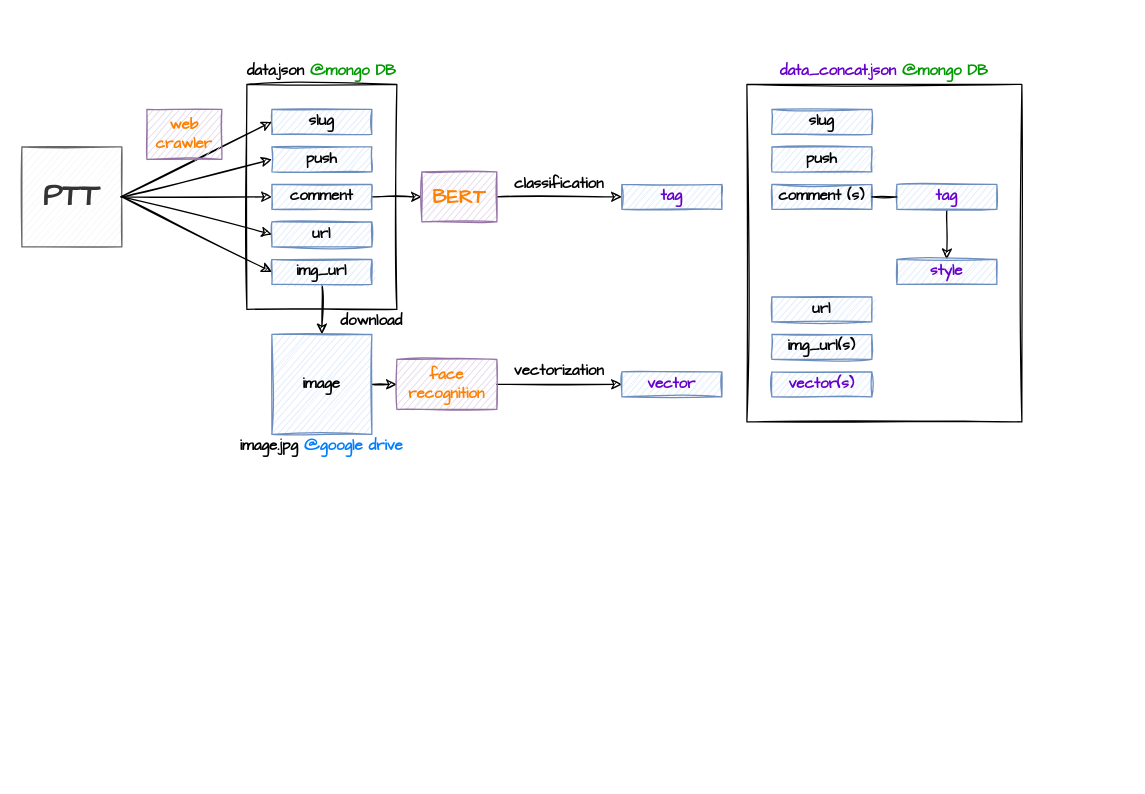
Above: page "Dataflow" (1 of 3) of Dataflow.drawio in headisnotsmall/draw.io (draw.io), before the change. Source tidied: cells renumbered, new cells numbered last; positions are measured from the earlier drawing's top-left corner, leaving out a move shared by most shapes. Both pictures are drawn from the tidied source at 125%, with x=0, y=0 at pixel (21, 59).
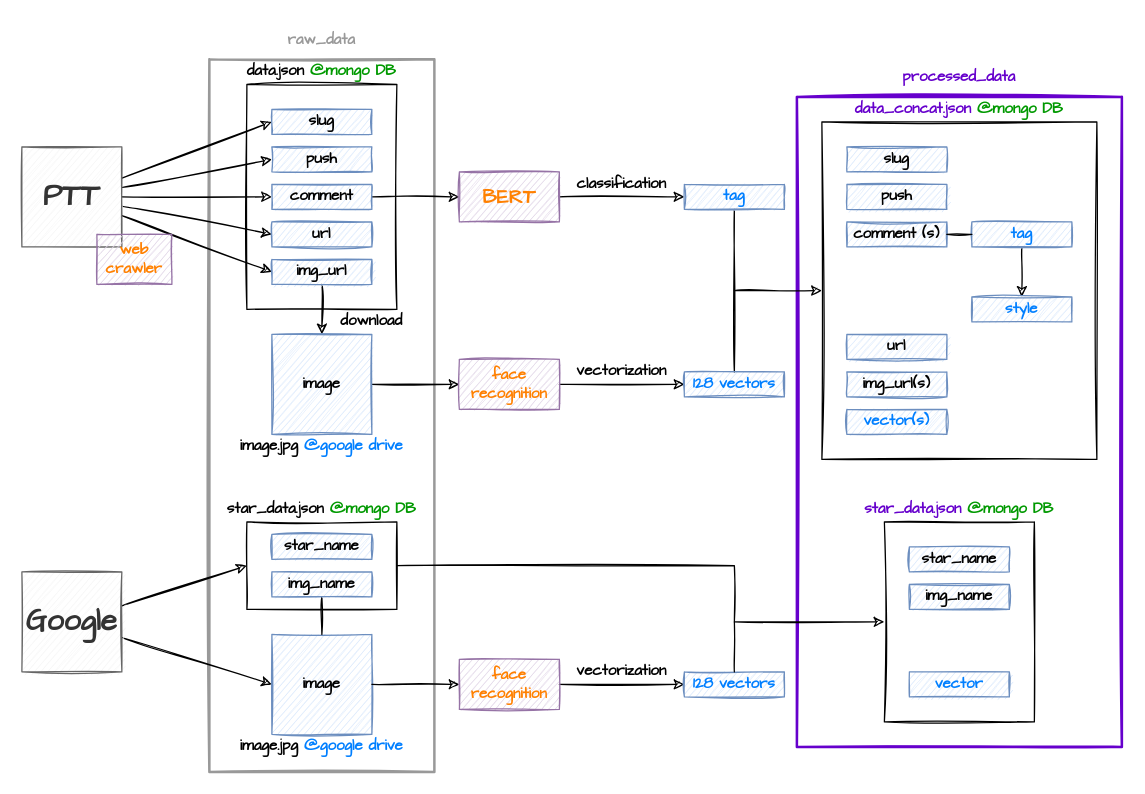
The same page after the edit.

The change refers to these unchanged cells:
```xml
<mxCell id="4" value="&lt;div style=&quot;font-size: 24px;&quot;&gt;PTT&lt;/div&gt;" style="rounded=0;whiteSpace=wrap;html=1;fontFamily=Comic Sans MS;sketch=1;fontStyle=1;fillColor=#f5f5f5;strokeColor=#666666;fontColor=#333333;fontSize=24;" parent="1" vertex="1">
  <mxGeometry y="70" width="80" height="80" as="geometry" />
</mxCell>
<mxCell id="5" value="&lt;div&gt;slug&lt;/div&gt;" style="rounded=0;whiteSpace=wrap;html=1;fontFamily=Comic Sans MS;sketch=1;fontStyle=1;fillColor=#dae8fc;strokeColor=#6c8ebf;" parent="1" vertex="1">
  <mxGeometry x="200" y="40" width="80" height="20" as="geometry" />
</mxCell>
<mxCell id="6" value="push" style="rounded=0;whiteSpace=wrap;html=1;fontFamily=Comic Sans MS;sketch=1;fontStyle=1;fillColor=#dae8fc;strokeColor=#6c8ebf;" parent="1" vertex="1">
  <mxGeometry x="200" y="70" width="80" height="20" as="geometry" />
</mxCell>
<mxCell id="8" value="comment" style="rounded=0;whiteSpace=wrap;html=1;fontFamily=Comic Sans MS;sketch=1;fontStyle=1;fillColor=#dae8fc;strokeColor=#6c8ebf;" parent="1" vertex="1">
  <mxGeometry x="200" y="100" width="80" height="20" as="geometry" />
</mxCell>
<mxCell id="9" value="url" style="rounded=0;whiteSpace=wrap;html=1;fontFamily=Comic Sans MS;sketch=1;fontStyle=1;fillColor=#dae8fc;strokeColor=#6c8ebf;" parent="1" vertex="1">
  <mxGeometry x="200" y="130" width="80" height="20" as="geometry" />
</mxCell>
<mxCell id="11" value="&lt;div&gt;img_url&lt;/div&gt;" style="rounded=0;whiteSpace=wrap;html=1;fontFamily=Comic Sans MS;sketch=1;fontStyle=1;fillColor=#dae8fc;strokeColor=#6c8ebf;" parent="1" vertex="1">
  <mxGeometry x="200" y="160" width="80" height="20" as="geometry" />
</mxCell>
```

The edit, as a diff of the source:
```diff
@@
+    <mxCell id="42" style="rounded=0;whiteSpace=wrap;html=1;shadow=0;sketch=1;strokeWidth=2;fillColor=none;fontSize=12;fontColor=#6600CC;strokeColor=#999999;" parent="1" vertex="1">
+      <mxGeometry x="150" width="180" height="570" as="geometry" />
+    </mxCell>
+    <mxCell id="43" style="rounded=0;whiteSpace=wrap;html=1;shadow=0;sketch=1;fillColor=none;strokeWidth=2;strokeColor=#6600CC;" parent="1" vertex="1">
+      <mxGeometry x="620" y="30" width="260" height="520" as="geometry" />
+    </mxCell>
+    <mxCell id="44" style="edgeStyle=orthogonalEdgeStyle;rounded=0;sketch=1;jettySize=auto;html=1;entryX=0;entryY=0.5;entryDx=0;entryDy=0;endArrow=classic;endFill=1;exitX=1;exitY=0.5;exitDx=0;exitDy=0;" parent="1" edge="1" source="45" target="60">
+      <mxGeometry relative="1" as="geometry">
+        <Array as="points">
+          <mxPoint x="570" y="405" />
+          <mxPoint x="570" y="450" />
+        </Array>
+      </mxGeometry>
+    </mxCell>
+    <mxCell id="45" style="rounded=0;whiteSpace=wrap;html=1;fillColor=none;fontFamily=Comic Sans MS;sketch=1;fontStyle=1;" parent="1" vertex="1">
+      <mxGeometry x="180" y="370" width="120" height="70" as="geometry" />
+    </mxCell>
@@
     <mxCell id="3" style="rounded=0;whiteSpace=wrap;html=1;fillColor=none;fontFamily=Comic Sans MS;sketch=1;fontStyle=1;" parent="1" vertex="1">
-      <mxGeometry x="580" y="20" width="220" height="270" as="geometry" />
+      <mxGeometry x="640" y="50" width="220" height="270" as="geometry" />
     </mxCell>
+    <mxCell id="25" style="edgeStyle=none;rounded=0;sketch=1;jettySize=auto;html=1;entryX=0;entryY=0.5;entryDx=0;entryDy=0;endArrow=classic;endFill=1;fontSize=12;fontColor=#6600CC;" parent="1" edge="1" source="4" target="8">
+      <mxGeometry relative="1" as="geometry" />
+    </mxCell>
+    <mxCell id="46" style="edgeStyle=none;rounded=0;sketch=1;jettySize=auto;html=1;entryX=0;entryY=0.5;entryDx=0;entryDy=0;endArrow=classic;endFill=1;fontSize=12;fontColor=#6600CC;" parent="1" edge="1" source="4" target="5">
+      <mxGeometry relative="1" as="geometry" />
+    </mxCell>
+    <mxCell id="21" style="edgeStyle=none;rounded=0;sketch=1;jettySize=auto;html=1;entryX=0;entryY=0.5;entryDx=0;entryDy=0;endArrow=classic;endFill=1;fontSize=12;fontColor=#6600CC;" parent="1" edge="1" source="4" target="6">
+      <mxGeometry relative="1" as="geometry" />
+    </mxCell>
+    <mxCell id="23" style="edgeStyle=none;rounded=0;sketch=1;jettySize=auto;html=1;entryX=0;entryY=0.5;entryDx=0;entryDy=0;endArrow=classic;endFill=1;fontSize=12;fontColor=#6600CC;" parent="1" edge="1" source="4" target="9">
+      <mxGeometry relative="1" as="geometry" />
+    </mxCell>
+    <mxCell id="24" style="edgeStyle=none;rounded=0;sketch=1;jettySize=auto;html=1;entryX=0;entryY=0.5;entryDx=0;entryDy=0;endArrow=classic;endFill=1;fontSize=12;fontColor=#6600CC;" parent="1" edge="1" source="4" target="11">
+      <mxGeometry relative="1" as="geometry" />
+    </mxCell>
@@
     <mxCell id="15" value="BERT" style="rounded=0;whiteSpace=wrap;html=1;fontFamily=Comic Sans MS;sketch=1;fontStyle=1;fillColor=#e1d5e7;strokeColor=#9673a6;fontColor=#FF8000;fontSize=16;" parent="1" vertex="1">
-      <mxGeometry x="320" y="90" width="60" height="40" as="geometry" />
+      <mxGeometry x="350" y="90" width="80" height="40" as="geometry" />
     </mxCell>
+    <mxCell id="47" style="edgeStyle=orthogonalEdgeStyle;rounded=0;jettySize=auto;html=1;entryX=0.5;entryY=0;entryDx=0;entryDy=0;endArrow=none;endFill=0;sketch=1;" parent="1" edge="1" source="16" target="37">
+      <mxGeometry relative="1" as="geometry" />
+    </mxCell>
-    <mxCell id="16" value="tag" style="rounded=0;whiteSpace=wrap;html=1;fontFamily=Comic Sans MS;sketch=1;fontStyle=1;fillColor=#dae8fc;strokeColor=#6c8ebf;fontColor=#6600CC;" parent="1" vertex="1">
-      <mxGeometry x="480" y="100" width="80" height="20" as="geometry" />
+    <mxCell id="16" value="tag" style="rounded=0;whiteSpace=wrap;html=1;fontFamily=Comic Sans MS;sketch=1;fontStyle=1;fillColor=#dae8fc;strokeColor=#6c8ebf;fontColor=#007FFF;" parent="1" vertex="1">
+      <mxGeometry x="530" y="100" width="80" height="20" as="geometry" />
     </mxCell>
@@
     <mxCell id="18" value="face&lt;br style=&quot;font-size: 12px;&quot;&gt;recognition" style="rounded=0;whiteSpace=wrap;html=1;fontFamily=Comic Sans MS;sketch=1;fontStyle=1;fillColor=#e1d5e7;strokeColor=#9673a6;fontColor=#FF8000;fontSize=12;" parent="1" vertex="1">
-      <mxGeometry x="300" y="240" width="80" height="40" as="geometry" />
+      <mxGeometry x="350" y="240" width="80" height="40" as="geometry" />
     </mxCell>
@@
-    <mxCell id="20" value="tag" style="rounded=0;whiteSpace=wrap;html=1;fontFamily=Comic Sans MS;sketch=1;fontStyle=1;fillColor=#dae8fc;strokeColor=#6c8ebf;fontColor=#6600CC;" parent="1" vertex="1">
-      <mxGeometry x="700" y="100" width="80" height="20" as="geometry" />
+    <mxCell id="20" value="tag" style="rounded=0;whiteSpace=wrap;html=1;fontFamily=Comic Sans MS;sketch=1;fontStyle=1;fillColor=#dae8fc;strokeColor=#6c8ebf;fontColor=#007FFF;" parent="1" vertex="1">
+      <mxGeometry x="760" y="130" width="80" height="20" as="geometry" />
     </mxCell>
-    <mxCell id="21" style="endArrow=classic;html=1;entryX=0;entryY=0.5;entryDx=0;entryDy=0;exitX=1;exitY=0.5;exitDx=0;exitDy=0;fontFamily=Comic Sans MS;sketch=1;fontStyle=1;" parent="1" edge="1" source="4" target="6">
-      <mxGeometry relative="1" as="geometry" />
-    </mxCell>
-    <mxCell id="22" style="endArrow=classic;html=1;entryX=0;entryY=0.5;entryDx=0;entryDy=0;fontFamily=Comic Sans MS;sketch=1;fontStyle=1;" parent="1" edge="1" target="5">
-      <mxGeometry relative="1" as="geometry">
-        <mxPoint x="79" y="110" as="sourcePoint" />
-      </mxGeometry>
-    </mxCell>
-    <mxCell id="23" style="endArrow=classic;html=1;exitX=1;exitY=0.5;exitDx=0;exitDy=0;entryX=0;entryY=0.5;entryDx=0;entryDy=0;fontFamily=Comic Sans MS;sketch=1;fontStyle=1;" parent="1" edge="1" source="4" target="9">
-      <mxGeometry relative="1" as="geometry" />
-    </mxCell>
-    <mxCell id="24" style="endArrow=classic;html=1;exitX=1;exitY=0.5;exitDx=0;exitDy=0;entryX=0;entryY=0.5;entryDx=0;entryDy=0;fontFamily=Comic Sans MS;sketch=1;fontStyle=1;" parent="1" edge="1" source="4" target="11">
-      <mxGeometry relative="1" as="geometry" />
-    </mxCell>
-    <mxCell id="25" style="endArrow=classic;html=1;exitX=1;exitY=0.5;exitDx=0;exitDy=0;entryX=0;entryY=0.5;entryDx=0;entryDy=0;fontFamily=Comic Sans MS;sketch=1;fontStyle=1;" parent="1" edge="1" source="4" target="8">
-      <mxGeometry relative="1" as="geometry" />
-    </mxCell>
     <mxCell id="26" value="&lt;div style=&quot;font-size: 12px;&quot;&gt;web&lt;/div&gt;&lt;div style=&quot;font-size: 12px;&quot;&gt;crawler&lt;br style=&quot;font-size: 12px;&quot;&gt;&lt;/div&gt;" style="rounded=0;whiteSpace=wrap;html=1;fontFamily=Comic Sans MS;sketch=1;fontStyle=1;fillColor=#e1d5e7;strokeColor=#9673a6;fontColor=#FF8000;fontSize=12;" parent="1" vertex="1">
-      <mxGeometry x="100" y="40" width="60" height="40" as="geometry" />
+      <mxGeometry x="60" y="140" width="60" height="40" as="geometry" />
     </mxCell>
     <mxCell id="27" value="classification" style="text;html=1;strokeColor=none;fillColor=none;align=center;verticalAlign=middle;whiteSpace=wrap;rounded=0;fontFamily=Comic Sans MS;sketch=1;fontStyle=1;" parent="1" vertex="1">
-      <mxGeometry x="390" y="90" width="80" height="20" as="geometry" />
+      <mxGeometry x="440" y="90" width="80" height="20" as="geometry" />
     </mxCell>
@@
     <mxCell id="29" value="&lt;div&gt;slug&lt;/div&gt;" style="rounded=0;whiteSpace=wrap;html=1;fontFamily=Comic Sans MS;sketch=1;fontStyle=1;fillColor=#dae8fc;strokeColor=#6c8ebf;" parent="1" vertex="1">
-      <mxGeometry x="600" y="40" width="80" height="20" as="geometry" />
+      <mxGeometry x="660" y="70" width="80" height="20" as="geometry" />
     </mxCell>
     <mxCell id="30" value="push" style="rounded=0;whiteSpace=wrap;html=1;fontFamily=Comic Sans MS;sketch=1;fontStyle=1;fillColor=#dae8fc;strokeColor=#6c8ebf;" parent="1" vertex="1">
-      <mxGeometry x="600" y="70" width="80" height="20" as="geometry" />
+      <mxGeometry x="660" y="100" width="80" height="20" as="geometry" />
     </mxCell>
     <mxCell id="31" value="comment (s)" style="rounded=0;whiteSpace=wrap;html=1;fontFamily=Comic Sans MS;sketch=1;fontStyle=1;fillColor=#dae8fc;strokeColor=#6c8ebf;" parent="1" vertex="1">
-      <mxGeometry x="600" y="100" width="80" height="20" as="geometry" />
+      <mxGeometry x="660" y="130" width="80" height="20" as="geometry" />
     </mxCell>
     <mxCell id="32" value="url" style="rounded=0;whiteSpace=wrap;html=1;fontFamily=Comic Sans MS;sketch=1;fontStyle=1;fillColor=#dae8fc;strokeColor=#6c8ebf;" parent="1" vertex="1">
-      <mxGeometry x="600" y="190" width="80" height="20" as="geometry" />
+      <mxGeometry x="660" y="220" width="80" height="20" as="geometry" />
     </mxCell>
     <mxCell id="33" value="&lt;div&gt;img_url(s)&lt;/div&gt;" style="rounded=0;whiteSpace=wrap;html=1;fontFamily=Comic Sans MS;sketch=1;fontStyle=1;fillColor=#dae8fc;strokeColor=#6c8ebf;" parent="1" vertex="1">
-      <mxGeometry x="600" y="220" width="80" height="20" as="geometry" />
+      <mxGeometry x="660" y="250" width="80" height="20" as="geometry" />
     </mxCell>
-    <mxCell id="34" value="&lt;div&gt;style&lt;/div&gt;" style="rounded=0;whiteSpace=wrap;html=1;fontFamily=Comic Sans MS;sketch=1;fontStyle=1;fillColor=#dae8fc;strokeColor=#6c8ebf;fontColor=#6600CC;" parent="1" vertex="1">
-      <mxGeometry x="700" y="160" width="80" height="20" as="geometry" />
+    <mxCell id="34" value="&lt;div&gt;style&lt;/div&gt;" style="rounded=0;whiteSpace=wrap;html=1;fontFamily=Comic Sans MS;sketch=1;fontStyle=1;fillColor=#dae8fc;strokeColor=#6c8ebf;fontColor=#007FFF;" parent="1" vertex="1">
+      <mxGeometry x="760" y="190" width="80" height="20" as="geometry" />
     </mxCell>
     <mxCell id="35" value="&lt;font color=&quot;#6600CC&quot;&gt;data_concat.json&lt;/font&gt; &lt;font color=&quot;#009900&quot;&gt;@mongo DB&lt;/font&gt;" style="text;html=1;strokeColor=none;fillColor=none;align=center;verticalAlign=middle;whiteSpace=wrap;rounded=0;fontFamily=Comic Sans MS;sketch=1;fontStyle=1;" parent="1" vertex="1">
-      <mxGeometry x="580" width="220" height="20" as="geometry" />
+      <mxGeometry x="640" y="30" width="220" height="20" as="geometry" />
     </mxCell>
     <mxCell id="36" style="endArrow=none;html=1;exitX=1;exitY=0.5;exitDx=0;exitDy=0;fontFamily=Comic Sans MS;sketch=1;fontStyle=1;" parent="1" edge="1" source="31">
       <mxGeometry relative="1" as="geometry">
-        <mxPoint x="700" y="110" as="targetPoint" />
+        <mxPoint x="760" y="140" as="targetPoint" />
       </mxGeometry>
     </mxCell>
-    <mxCell id="37" value="vector" style="rounded=0;whiteSpace=wrap;html=1;fontFamily=Comic Sans MS;sketch=1;fontStyle=1;fillColor=#dae8fc;strokeColor=#6c8ebf;fontColor=#6600CC;" parent="1" vertex="1">
-      <mxGeometry x="480" y="250" width="80" height="20" as="geometry" />
+    <mxCell id="37" value="128 vectors" style="rounded=0;whiteSpace=wrap;html=1;fontFamily=Comic Sans MS;sketch=1;fontStyle=1;fillColor=#dae8fc;strokeColor=#6c8ebf;fontColor=#007FFF;" parent="1" vertex="1">
+      <mxGeometry x="530" y="250" width="80" height="20" as="geometry" />
     </mxCell>
     <mxCell id="38" value="vectorization" style="text;html=1;strokeColor=none;fillColor=none;align=center;verticalAlign=middle;whiteSpace=wrap;rounded=0;fontFamily=Comic Sans MS;sketch=1;fontStyle=1;" parent="1" vertex="1">
-      <mxGeometry x="390" y="240" width="80" height="20" as="geometry" />
+      <mxGeometry x="440" y="240" width="80" height="20" as="geometry" />
     </mxCell>
@@
-    <mxCell id="41" value="vector(s)" style="rounded=0;whiteSpace=wrap;html=1;fontFamily=Comic Sans MS;sketch=1;fontStyle=1;fillColor=#dae8fc;strokeColor=#6c8ebf;fontColor=#6600CC;" parent="1" vertex="1">
-      <mxGeometry x="600" y="250" width="80" height="20" as="geometry" />
+    <mxCell id="41" value="vector(s)" style="rounded=0;whiteSpace=wrap;html=1;fontFamily=Comic Sans MS;sketch=1;fontStyle=1;fillColor=#dae8fc;strokeColor=#6c8ebf;fontColor=#007FFF;" parent="1" vertex="1">
+      <mxGeometry x="660" y="280" width="80" height="20" as="geometry" />
     </mxCell>
+    <mxCell id="48" style="endArrow=classic;html=1;sketch=1;endFill=1;entryX=0;entryY=0.5;entryDx=0;entryDy=0;" parent="1" edge="1" target="3">
+      <mxGeometry relative="1" as="geometry">
+        <mxPoint x="570" y="185" as="sourcePoint" />
+      </mxGeometry>
+    </mxCell>
+    <mxCell id="49" value="image" style="rounded=0;whiteSpace=wrap;html=1;fontFamily=Comic Sans MS;sketch=1;fontStyle=1;fillColor=#dae8fc;strokeColor=#6c8ebf;" parent="1" vertex="1">
+      <mxGeometry x="200" y="460" width="80" height="80" as="geometry" />
+    </mxCell>
+    <mxCell id="50" value="&lt;div&gt;star_name&lt;/div&gt;" style="rounded=0;whiteSpace=wrap;html=1;fontFamily=Comic Sans MS;sketch=1;fontStyle=1;fillColor=#dae8fc;strokeColor=#6c8ebf;" parent="1" vertex="1">
+      <mxGeometry x="200" y="380" width="80" height="20" as="geometry" />
+    </mxCell>
+    <mxCell id="51" style="edgeStyle=orthogonalEdgeStyle;rounded=0;sketch=1;jettySize=auto;html=1;entryX=0.5;entryY=0;entryDx=0;entryDy=0;endArrow=none;endFill=0;exitX=0.5;exitY=1;exitDx=0;exitDy=0;" parent="1" edge="1" source="52" target="49">
+      <mxGeometry relative="1" as="geometry" />
+    </mxCell>
+    <mxCell id="52" value="&lt;div&gt;img_name&lt;/div&gt;" style="rounded=0;whiteSpace=wrap;html=1;fontFamily=Comic Sans MS;sketch=1;fontStyle=1;fillColor=#dae8fc;strokeColor=#6c8ebf;" parent="1" vertex="1">
+      <mxGeometry x="200" y="410" width="80" height="20" as="geometry" />
+    </mxCell>
+    <mxCell id="53" value="star_data.json &lt;font color=&quot;#009900&quot;&gt;@mongo DB&lt;/font&gt;" style="text;html=1;strokeColor=none;fillColor=none;align=center;verticalAlign=middle;whiteSpace=wrap;rounded=0;fontFamily=Comic Sans MS;sketch=1;fontStyle=1;" parent="1" vertex="1">
+      <mxGeometry x="150" y="350" width="180" height="20" as="geometry" />
+    </mxCell>
+    <mxCell id="54" value="image.jpg &lt;font color=&quot;#007FFF&quot;&gt;@google drive&lt;/font&gt;" style="text;html=1;strokeColor=none;fillColor=none;align=center;verticalAlign=middle;whiteSpace=wrap;rounded=0;fontFamily=Comic Sans MS;sketch=1;fontStyle=1;" parent="1" vertex="1">
+      <mxGeometry x="160" y="540" width="160" height="20" as="geometry" />
+    </mxCell>
+    <mxCell id="55" style="edgeStyle=none;rounded=0;jettySize=auto;html=1;endArrow=classic;endFill=1;fontFamily=Comic Sans MS;sketch=1;fontStyle=1;exitX=1;exitY=0.5;exitDx=0;exitDy=0;" parent="1" edge="1" source="49" target="57">
+      <mxGeometry relative="1" as="geometry" />
+    </mxCell>
+    <mxCell id="56" style="edgeStyle=orthogonalEdgeStyle;rounded=0;jettySize=auto;html=1;entryX=0;entryY=0.5;entryDx=0;entryDy=0;fontFamily=Comic Sans MS;sketch=1;fontStyle=1;" parent="1" edge="1" source="57" target="58">
+      <mxGeometry relative="1" as="geometry" />
+    </mxCell>
+    <mxCell id="57" value="face&lt;br style=&quot;font-size: 12px;&quot;&gt;recognition" style="rounded=0;whiteSpace=wrap;html=1;fontFamily=Comic Sans MS;sketch=1;fontStyle=1;fillColor=#e1d5e7;strokeColor=#9673a6;fontColor=#FF8000;fontSize=12;" parent="1" vertex="1">
+      <mxGeometry x="350" y="480" width="80" height="40" as="geometry" />
+    </mxCell>
+    <mxCell id="58" value="128 vectors" style="rounded=0;whiteSpace=wrap;html=1;fontFamily=Comic Sans MS;sketch=1;fontStyle=1;fillColor=#dae8fc;strokeColor=#6c8ebf;fontColor=#007FFF;" parent="1" vertex="1">
+      <mxGeometry x="530" y="490" width="80" height="20" as="geometry" />
+    </mxCell>
+    <mxCell id="59" value="vectorization" style="text;html=1;strokeColor=none;fillColor=none;align=center;verticalAlign=middle;whiteSpace=wrap;rounded=0;fontFamily=Comic Sans MS;sketch=1;fontStyle=1;" parent="1" vertex="1">
+      <mxGeometry x="440" y="480" width="80" height="20" as="geometry" />
+    </mxCell>
+    <mxCell id="60" style="rounded=0;whiteSpace=wrap;html=1;fillColor=none;fontFamily=Comic Sans MS;sketch=1;fontStyle=1;" parent="1" vertex="1">
+      <mxGeometry x="690" y="370" width="120" height="160" as="geometry" />
+    </mxCell>
+    <mxCell id="61" value="vector" style="rounded=0;whiteSpace=wrap;html=1;fontFamily=Comic Sans MS;sketch=1;fontStyle=1;fillColor=#dae8fc;strokeColor=#6c8ebf;fontColor=#007FFF;" parent="1" vertex="1">
+      <mxGeometry x="710" y="490" width="80" height="20" as="geometry" />
+    </mxCell>
+    <mxCell id="62" value="&lt;div&gt;star_name&lt;/div&gt;" style="rounded=0;whiteSpace=wrap;html=1;fontFamily=Comic Sans MS;sketch=1;fontStyle=1;fillColor=#dae8fc;strokeColor=#6c8ebf;" parent="1" vertex="1">
+      <mxGeometry x="710" y="390" width="80" height="20" as="geometry" />
+    </mxCell>
+    <mxCell id="63" value="&lt;div&gt;img_name&lt;/div&gt;" style="rounded=0;whiteSpace=wrap;html=1;fontFamily=Comic Sans MS;sketch=1;fontStyle=1;fillColor=#dae8fc;strokeColor=#6c8ebf;" parent="1" vertex="1">
+      <mxGeometry x="710" y="420" width="80" height="20" as="geometry" />
+    </mxCell>
+    <mxCell id="64" style="endArrow=none;html=1;exitX=0.5;exitY=0;exitDx=0;exitDy=0;sketch=1;" parent="1" edge="1" source="58">
+      <mxGeometry relative="1" as="geometry">
+        <mxPoint x="570" y="450" as="targetPoint" />
+      </mxGeometry>
+    </mxCell>
+    <mxCell id="65" value="&lt;font color=&quot;#6600CC&quot;&gt;star_data.json&lt;/font&gt; &lt;font color=&quot;#009900&quot;&gt;@mongo DB&lt;/font&gt;" style="text;html=1;strokeColor=none;fillColor=none;align=center;verticalAlign=middle;whiteSpace=wrap;rounded=0;fontFamily=Comic Sans MS;sketch=1;fontStyle=1;" parent="1" vertex="1">
+      <mxGeometry x="640" y="350" width="220" height="20" as="geometry" />
+    </mxCell>
+    <mxCell id="66" value="processed_data" style="text;html=1;strokeColor=none;fillColor=none;align=center;verticalAlign=middle;whiteSpace=wrap;rounded=0;fontFamily=Comic Sans MS;sketch=1;fontStyle=1;fontSize=12;fontColor=#6600CC;" parent="1" vertex="1">
+      <mxGeometry x="690" width="120" height="30" as="geometry" />
+    </mxCell>
+    <mxCell id="67" style="rounded=0;sketch=1;jettySize=auto;html=1;entryX=0;entryY=0.5;entryDx=0;entryDy=0;endArrow=classic;endFill=1;fontSize=12;fontColor=#6600CC;" parent="1" edge="1" source="69" target="45">
+      <mxGeometry relative="1" as="geometry" />
+    </mxCell>
+    <mxCell id="68" style="edgeStyle=none;rounded=0;sketch=1;jettySize=auto;html=1;entryX=0;entryY=0.5;entryDx=0;entryDy=0;endArrow=classic;endFill=1;fontSize=12;fontColor=#6600CC;" parent="1" edge="1" source="69" target="49">
+      <mxGeometry relative="1" as="geometry" />
+    </mxCell>
+    <mxCell id="69" value="Google" style="rounded=0;whiteSpace=wrap;html=1;fontFamily=Comic Sans MS;sketch=1;fontStyle=1;fillColor=#f5f5f5;strokeColor=#666666;fontColor=#333333;fontSize=24;" parent="1" vertex="1">
+      <mxGeometry y="410" width="80" height="80" as="geometry" />
+    </mxCell>
+    <mxCell id="70" value="&lt;font color=&quot;#999999&quot;&gt;raw_data&lt;/font&gt;" style="text;html=1;strokeColor=none;fillColor=none;align=center;verticalAlign=middle;whiteSpace=wrap;rounded=0;fontFamily=Comic Sans MS;sketch=1;fontStyle=1;fontSize=12;fontColor=#6600CC;" parent="1" vertex="1">
+      <mxGeometry x="180" y="-30" width="120" height="30" as="geometry" />
+    </mxCell>
```
